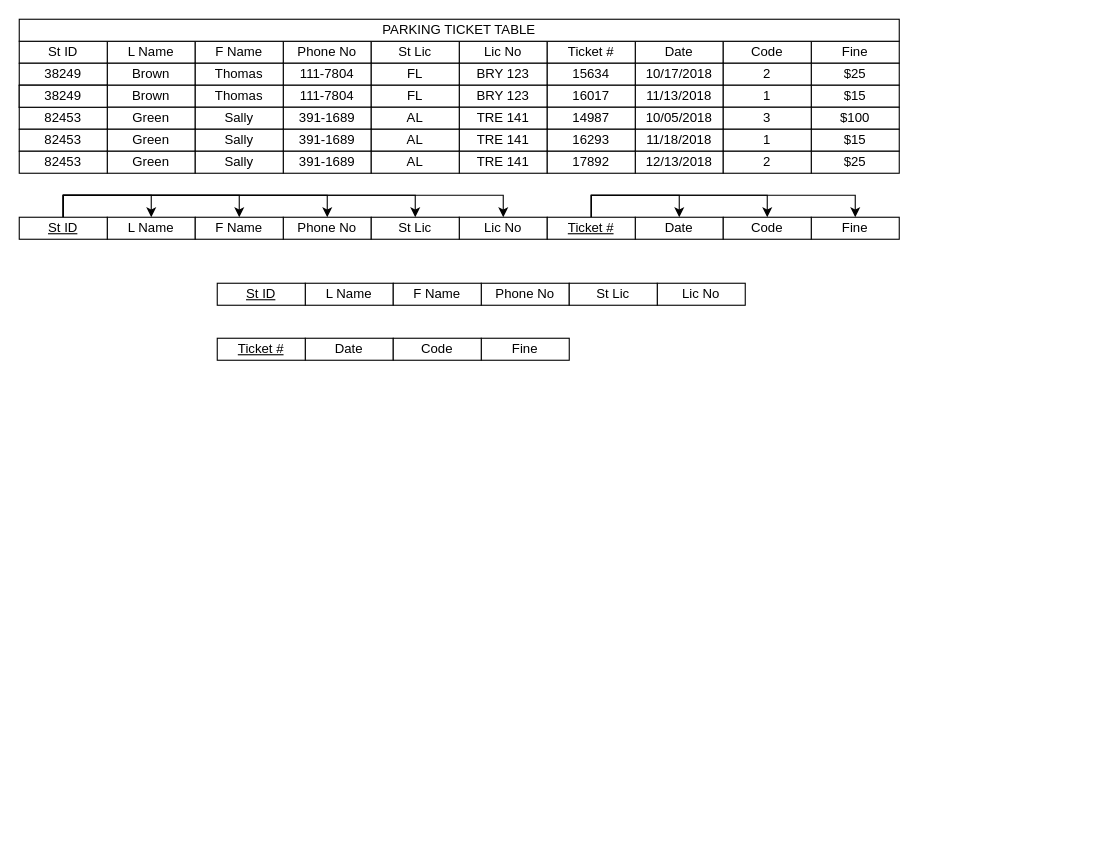
The draw.io diagram homework3.drawio in ngimpWT/CIDM3350, before the edit. Source tidied: cells renumbered, new cells numbered last; positions are measured from the earlier drawing's top-left corner, leaving out a move shared by most shapes. Both pictures are drawn from the tidied source at 110%, with x=0, y=0 at pixel (19, 19).
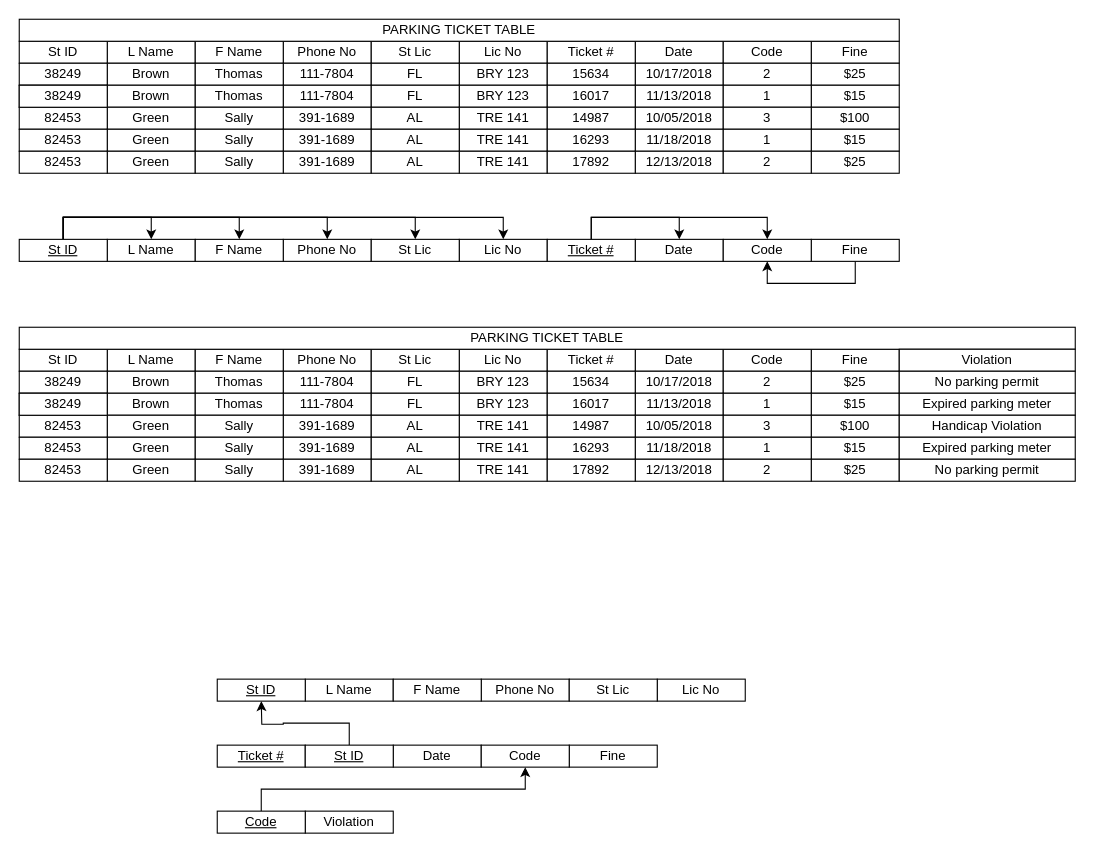
Above is the later version.

Change to the diagram source:
```diff
@@
     <mxCell id="64" value="L Name" style="rounded=0;whiteSpace=wrap;html=1;" parent="1" vertex="1">
-      <mxGeometry x="80" y="180" width="80" height="20" as="geometry" />
+      <mxGeometry x="80" y="200.1" width="80" height="20" as="geometry" />
     </mxCell>
@@
     <mxCell id="70" value="&lt;u&gt;St ID&lt;/u&gt;" style="rounded=0;whiteSpace=wrap;html=1;" parent="1" vertex="1">
-      <mxGeometry y="180" width="80" height="20" as="geometry" />
+      <mxGeometry y="200.1" width="80" height="20" as="geometry" />
     </mxCell>
     <mxCell id="71" value="Phone No" style="rounded=0;whiteSpace=wrap;html=1;" parent="1" vertex="1">
-      <mxGeometry x="240" y="180" width="80" height="20" as="geometry" />
+      <mxGeometry x="240" y="200.1" width="80" height="20" as="geometry" />
     </mxCell>
     <mxCell id="72" value="F Name" style="rounded=0;whiteSpace=wrap;html=1;" parent="1" vertex="1">
-      <mxGeometry x="160" y="180" width="80" height="20" as="geometry" />
+      <mxGeometry x="160" y="200.1" width="80" height="20" as="geometry" />
     </mxCell>
     <mxCell id="73" value="Lic No" style="rounded=0;whiteSpace=wrap;html=1;" parent="1" vertex="1">
-      <mxGeometry x="400" y="180" width="80" height="20" as="geometry" />
+      <mxGeometry x="400" y="200.1" width="80" height="20" as="geometry" />
     </mxCell>
     <mxCell id="74" value="St Lic" style="rounded=0;whiteSpace=wrap;html=1;" parent="1" vertex="1">
-      <mxGeometry x="320" y="180" width="80" height="20" as="geometry" />
+      <mxGeometry x="320" y="200.1" width="80" height="20" as="geometry" />
     </mxCell>
     <mxCell id="75" value="Date" style="rounded=0;whiteSpace=wrap;html=1;" parent="1" vertex="1">
-      <mxGeometry x="560" y="180" width="80" height="20" as="geometry" />
+      <mxGeometry x="560" y="200.1" width="80" height="20" as="geometry" />
     </mxCell>
@@
-    <mxCell id="78" style="edgeStyle=orthogonalEdgeStyle;rounded=0;jettySize=auto;html=1;entryX=0.5;entryY=0;entryDx=0;entryDy=0;exitX=0.5;exitY=0;exitDx=0;exitDy=0;" parent="1" edge="1" source="79" target="80">
-      <mxGeometry relative="1" as="geometry" />
-    </mxCell>
     <mxCell id="79" value="&lt;u&gt;Ticket #&lt;/u&gt;" style="rounded=0;whiteSpace=wrap;html=1;" parent="1" vertex="1">
-      <mxGeometry x="480" y="180" width="80" height="20" as="geometry" />
+      <mxGeometry x="480" y="200.1" width="80" height="20" as="geometry" />
     </mxCell>
+    <mxCell id="92" style="edgeStyle=orthogonalEdgeStyle;rounded=0;jettySize=auto;html=1;entryX=0.5;entryY=1;entryDx=0;entryDy=0;exitX=0.5;exitY=1;exitDx=0;exitDy=0;" parent="1" edge="1" source="80" target="81">
+      <mxGeometry relative="1" as="geometry" />
+    </mxCell>
     <mxCell id="80" value="Fine" style="rounded=0;whiteSpace=wrap;html=1;" parent="1" vertex="1">
-      <mxGeometry x="720" y="180" width="80" height="20" as="geometry" />
+      <mxGeometry x="720" y="200.1" width="80" height="20" as="geometry" />
     </mxCell>
     <mxCell id="81" value="Code" style="rounded=0;whiteSpace=wrap;html=1;" parent="1" vertex="1">
-      <mxGeometry x="640" y="180" width="80" height="20" as="geometry" />
+      <mxGeometry x="640" y="200.1" width="80" height="20" as="geometry" />
     </mxCell>
     <mxCell id="82" value="L Name" style="rounded=0;whiteSpace=wrap;html=1;" parent="1" vertex="1">
-      <mxGeometry x="260" y="240" width="80" height="20" as="geometry" />
+      <mxGeometry x="260" y="599.9" width="80" height="20" as="geometry" />
     </mxCell>
     <mxCell id="83" value="&lt;u&gt;St ID&lt;/u&gt;" style="rounded=0;whiteSpace=wrap;html=1;" parent="1" vertex="1">
-      <mxGeometry x="180" y="240" width="80" height="20" as="geometry" />
+      <mxGeometry x="180" y="599.9" width="80" height="20" as="geometry" />
     </mxCell>
     <mxCell id="84" value="Phone No" style="rounded=0;whiteSpace=wrap;html=1;" parent="1" vertex="1">
-      <mxGeometry x="420" y="240" width="80" height="20" as="geometry" />
+      <mxGeometry x="420" y="599.9" width="80" height="20" as="geometry" />
     </mxCell>
     <mxCell id="85" value="F Name" style="rounded=0;whiteSpace=wrap;html=1;" parent="1" vertex="1">
-      <mxGeometry x="340" y="240" width="80" height="20" as="geometry" />
+      <mxGeometry x="340" y="599.9" width="80" height="20" as="geometry" />
     </mxCell>
     <mxCell id="86" value="Lic No" style="rounded=0;whiteSpace=wrap;html=1;" parent="1" vertex="1">
-      <mxGeometry x="580" y="240" width="80" height="20" as="geometry" />
+      <mxGeometry x="580" y="599.9" width="80" height="20" as="geometry" />
     </mxCell>
     <mxCell id="87" value="St Lic" style="rounded=0;whiteSpace=wrap;html=1;" parent="1" vertex="1">
-      <mxGeometry x="500" y="240" width="80" height="20" as="geometry" />
+      <mxGeometry x="500" y="599.9" width="80" height="20" as="geometry" />
     </mxCell>
     <mxCell id="88" value="Date" style="rounded=0;whiteSpace=wrap;html=1;" parent="1" vertex="1">
-      <mxGeometry x="260" y="290" width="80" height="20" as="geometry" />
+      <mxGeometry x="340" y="659.9" width="80" height="20" as="geometry" />
     </mxCell>
     <mxCell id="89" value="&lt;u&gt;Ticket #&lt;/u&gt;" style="rounded=0;whiteSpace=wrap;html=1;" parent="1" vertex="1">
-      <mxGeometry x="180" y="290" width="80" height="20" as="geometry" />
+      <mxGeometry x="180" y="659.9" width="80" height="20" as="geometry" />
     </mxCell>
     <mxCell id="90" value="Fine" style="rounded=0;whiteSpace=wrap;html=1;" parent="1" vertex="1">
-      <mxGeometry x="420" y="290" width="80" height="20" as="geometry" />
+      <mxGeometry x="500" y="659.9" width="80" height="20" as="geometry" />
     </mxCell>
     <mxCell id="91" value="Code" style="rounded=0;whiteSpace=wrap;html=1;" parent="1" vertex="1">
-      <mxGeometry x="340" y="290" width="80" height="20" as="geometry" />
+      <mxGeometry x="420" y="659.9" width="80" height="20" as="geometry" />
     </mxCell>
+    <mxCell id="93" value="Violation" style="rounded=0;whiteSpace=wrap;html=1;" parent="1" vertex="1">
+      <mxGeometry x="260" y="719.9" width="80" height="20" as="geometry" />
+    </mxCell>
+    <mxCell id="94" style="edgeStyle=orthogonalEdgeStyle;rounded=0;jettySize=auto;html=1;entryX=0.5;entryY=1;entryDx=0;entryDy=0;exitX=0.5;exitY=0;exitDx=0;exitDy=0;" parent="1" edge="1" source="95" target="91">
+      <mxGeometry relative="1" as="geometry" />
+    </mxCell>
+    <mxCell id="95" value="&lt;u&gt;Code&lt;/u&gt;" style="rounded=0;whiteSpace=wrap;html=1;" parent="1" vertex="1">
+      <mxGeometry x="180" y="719.9" width="80" height="20" as="geometry" />
+    </mxCell>
+    <mxCell id="96" style="edgeStyle=orthogonalEdgeStyle;rounded=0;jettySize=auto;html=1;exitX=0.5;exitY=0;exitDx=0;exitDy=0;" parent="1" edge="1" source="97">
+      <mxGeometry relative="1" as="geometry">
+        <mxPoint x="220" y="619.9" as="targetPoint" />
+      </mxGeometry>
+    </mxCell>
+    <mxCell id="97" value="&lt;u&gt;St ID&lt;/u&gt;" style="rounded=0;whiteSpace=wrap;html=1;" parent="1" vertex="1">
+      <mxGeometry x="260" y="659.9" width="80" height="20" as="geometry" />
+    </mxCell>
+    <mxCell id="98" value="L Name" style="rounded=0;whiteSpace=wrap;html=1;" parent="1" vertex="1">
+      <mxGeometry x="80" y="300" width="80" height="20" as="geometry" />
+    </mxCell>
+    <mxCell id="99" value="St ID" style="rounded=0;whiteSpace=wrap;html=1;" parent="1" vertex="1">
+      <mxGeometry y="300" width="80" height="20" as="geometry" />
+    </mxCell>
+    <mxCell id="100" value="Phone No" style="rounded=0;whiteSpace=wrap;html=1;" parent="1" vertex="1">
+      <mxGeometry x="240" y="300" width="80" height="20" as="geometry" />
+    </mxCell>
+    <mxCell id="101" value="F Name" style="rounded=0;whiteSpace=wrap;html=1;" parent="1" vertex="1">
+      <mxGeometry x="160" y="300" width="80" height="20" as="geometry" />
+    </mxCell>
+    <mxCell id="102" value="Lic No" style="rounded=0;whiteSpace=wrap;html=1;" parent="1" vertex="1">
+      <mxGeometry x="400" y="300" width="80" height="20" as="geometry" />
+    </mxCell>
+    <mxCell id="103" value="St Lic" style="rounded=0;whiteSpace=wrap;html=1;" parent="1" vertex="1">
+      <mxGeometry x="320" y="300" width="80" height="20" as="geometry" />
+    </mxCell>
+    <mxCell id="104" value="Date" style="rounded=0;whiteSpace=wrap;html=1;" parent="1" vertex="1">
+      <mxGeometry x="560" y="300" width="80" height="20" as="geometry" />
+    </mxCell>
+    <mxCell id="105" value="Ticket #" style="rounded=0;whiteSpace=wrap;html=1;" parent="1" vertex="1">
+      <mxGeometry x="480" y="300" width="80" height="20" as="geometry" />
+    </mxCell>
+    <mxCell id="106" value="Fine" style="rounded=0;whiteSpace=wrap;html=1;" parent="1" vertex="1">
+      <mxGeometry x="720" y="300" width="80" height="20" as="geometry" />
+    </mxCell>
+    <mxCell id="107" value="Code" style="rounded=0;whiteSpace=wrap;html=1;" parent="1" vertex="1">
+      <mxGeometry x="640" y="300" width="80" height="20" as="geometry" />
+    </mxCell>
+    <mxCell id="108" value="Brown" style="rounded=0;whiteSpace=wrap;html=1;" parent="1" vertex="1">
+      <mxGeometry x="80" y="320" width="80" height="20" as="geometry" />
+    </mxCell>
+    <mxCell id="109" value="38249" style="rounded=0;whiteSpace=wrap;html=1;" parent="1" vertex="1">
+      <mxGeometry y="320" width="80" height="20" as="geometry" />
+    </mxCell>
+    <mxCell id="110" value="&lt;div&gt;111-7804&lt;/div&gt;" style="rounded=0;whiteSpace=wrap;html=1;" parent="1" vertex="1">
+      <mxGeometry x="240" y="320" width="80" height="20" as="geometry" />
+    </mxCell>
+    <mxCell id="111" value="Thomas" style="rounded=0;whiteSpace=wrap;html=1;" parent="1" vertex="1">
+      <mxGeometry x="160" y="320" width="80" height="20" as="geometry" />
+    </mxCell>
+    <mxCell id="112" value="BRY 123" style="rounded=0;whiteSpace=wrap;html=1;" parent="1" vertex="1">
+      <mxGeometry x="400" y="320" width="80" height="20" as="geometry" />
+    </mxCell>
+    <mxCell id="113" value="FL" style="rounded=0;whiteSpace=wrap;html=1;" parent="1" vertex="1">
+      <mxGeometry x="320" y="320" width="80" height="20" as="geometry" />
+    </mxCell>
+    <mxCell id="114" value="10/17/2018" style="rounded=0;whiteSpace=wrap;html=1;" parent="1" vertex="1">
+      <mxGeometry x="560" y="320" width="80" height="20" as="geometry" />
+    </mxCell>
+    <mxCell id="115" value="15634" style="rounded=0;whiteSpace=wrap;html=1;" parent="1" vertex="1">
+      <mxGeometry x="480" y="320" width="80" height="20" as="geometry" />
+    </mxCell>
+    <mxCell id="116" value="$25" style="rounded=0;whiteSpace=wrap;html=1;" parent="1" vertex="1">
+      <mxGeometry x="720" y="320" width="80" height="20" as="geometry" />
+    </mxCell>
+    <mxCell id="117" value="2" style="rounded=0;whiteSpace=wrap;html=1;" parent="1" vertex="1">
+      <mxGeometry x="640" y="320" width="80" height="20" as="geometry" />
+    </mxCell>
+    <mxCell id="118" value="Brown" style="rounded=0;whiteSpace=wrap;html=1;" parent="1" vertex="1">
+      <mxGeometry x="80" y="340" width="80" height="20" as="geometry" />
+    </mxCell>
+    <mxCell id="119" style="rounded=0;whiteSpace=wrap;html=1;" parent="1" vertex="1">
+      <mxGeometry y="340" width="80" height="20" as="geometry" />
+    </mxCell>
+    <mxCell id="120" value="&lt;div&gt;111-7804&lt;/div&gt;" style="rounded=0;whiteSpace=wrap;html=1;" parent="1" vertex="1">
+      <mxGeometry x="240" y="340" width="80" height="20" as="geometry" />
+    </mxCell>
+    <mxCell id="121" value="Thomas" style="rounded=0;whiteSpace=wrap;html=1;" parent="1" vertex="1">
+      <mxGeometry x="160" y="340" width="80" height="20" as="geometry" />
+    </mxCell>
+    <mxCell id="122" value="BRY 123" style="rounded=0;whiteSpace=wrap;html=1;" parent="1" vertex="1">
+      <mxGeometry x="400" y="340" width="80" height="20" as="geometry" />
+    </mxCell>
+    <mxCell id="123" value="FL" style="rounded=0;whiteSpace=wrap;html=1;" parent="1" vertex="1">
+      <mxGeometry x="320" y="340" width="80" height="20" as="geometry" />
+    </mxCell>
+    <mxCell id="124" value="11/13/2018" style="rounded=0;whiteSpace=wrap;html=1;" parent="1" vertex="1">
+      <mxGeometry x="560" y="340" width="80" height="20" as="geometry" />
+    </mxCell>
+    <mxCell id="125" value="16017" style="rounded=0;whiteSpace=wrap;html=1;" parent="1" vertex="1">
+      <mxGeometry x="480" y="340" width="80" height="20" as="geometry" />
+    </mxCell>
+    <mxCell id="126" value="$15" style="rounded=0;whiteSpace=wrap;html=1;" parent="1" vertex="1">
+      <mxGeometry x="720" y="340" width="80" height="20" as="geometry" />
+    </mxCell>
+    <mxCell id="127" value="1" style="rounded=0;whiteSpace=wrap;html=1;" parent="1" vertex="1">
+      <mxGeometry x="640" y="340" width="80" height="20" as="geometry" />
+    </mxCell>
+    <mxCell id="128" value="Green" style="rounded=0;whiteSpace=wrap;html=1;" parent="1" vertex="1">
+      <mxGeometry x="80" y="360" width="80" height="20" as="geometry" />
+    </mxCell>
+    <mxCell id="129" value="82453" style="rounded=0;whiteSpace=wrap;html=1;" parent="1" vertex="1">
+      <mxGeometry y="360" width="80" height="20" as="geometry" />
+    </mxCell>
+    <mxCell id="130" value="391-1689" style="rounded=0;whiteSpace=wrap;html=1;" parent="1" vertex="1">
+      <mxGeometry x="240" y="360" width="80" height="20" as="geometry" />
+    </mxCell>
+    <mxCell id="131" value="Sally" style="rounded=0;whiteSpace=wrap;html=1;" parent="1" vertex="1">
+      <mxGeometry x="160" y="360" width="80" height="20" as="geometry" />
+    </mxCell>
+    <mxCell id="132" value="TRE 141" style="rounded=0;whiteSpace=wrap;html=1;" parent="1" vertex="1">
+      <mxGeometry x="400" y="360" width="80" height="20" as="geometry" />
+    </mxCell>
+    <mxCell id="133" value="AL" style="rounded=0;whiteSpace=wrap;html=1;" parent="1" vertex="1">
+      <mxGeometry x="320" y="360" width="80" height="20" as="geometry" />
+    </mxCell>
+    <mxCell id="134" value="10/05/2018" style="rounded=0;whiteSpace=wrap;html=1;" parent="1" vertex="1">
+      <mxGeometry x="560" y="360" width="80" height="20" as="geometry" />
+    </mxCell>
+    <mxCell id="135" value="14987" style="rounded=0;whiteSpace=wrap;html=1;" parent="1" vertex="1">
+      <mxGeometry x="480" y="360" width="80" height="20" as="geometry" />
+    </mxCell>
+    <mxCell id="136" value="$100" style="rounded=0;whiteSpace=wrap;html=1;" parent="1" vertex="1">
+      <mxGeometry x="720" y="360" width="80" height="20" as="geometry" />
+    </mxCell>
+    <mxCell id="137" value="3" style="rounded=0;whiteSpace=wrap;html=1;" parent="1" vertex="1">
+      <mxGeometry x="640" y="360" width="80" height="20" as="geometry" />
+    </mxCell>
+    <mxCell id="138" value="Green" style="rounded=0;whiteSpace=wrap;html=1;" parent="1" vertex="1">
+      <mxGeometry x="80" y="380" width="80" height="20" as="geometry" />
+    </mxCell>
+    <mxCell id="139" value="82453" style="rounded=0;whiteSpace=wrap;html=1;" parent="1" vertex="1">
+      <mxGeometry y="380" width="80" height="20" as="geometry" />
+    </mxCell>
+    <mxCell id="140" value="391-1689" style="rounded=0;whiteSpace=wrap;html=1;" parent="1" vertex="1">
+      <mxGeometry x="240" y="380" width="80" height="20" as="geometry" />
+    </mxCell>
+    <mxCell id="141" value="Sally" style="rounded=0;whiteSpace=wrap;html=1;" parent="1" vertex="1">
+      <mxGeometry x="160" y="380" width="80" height="20" as="geometry" />
+    </mxCell>
+    <mxCell id="142" value="TRE 141" style="rounded=0;whiteSpace=wrap;html=1;" parent="1" vertex="1">
+      <mxGeometry x="400" y="380" width="80" height="20" as="geometry" />
+    </mxCell>
+    <mxCell id="143" value="AL" style="rounded=0;whiteSpace=wrap;html=1;" parent="1" vertex="1">
+      <mxGeometry x="320" y="380" width="80" height="20" as="geometry" />
+    </mxCell>
+    <mxCell id="144" value="11/18/2018" style="rounded=0;whiteSpace=wrap;html=1;" parent="1" vertex="1">
+      <mxGeometry x="560" y="380" width="80" height="20" as="geometry" />
+    </mxCell>
+    <mxCell id="145" value="16293" style="rounded=0;whiteSpace=wrap;html=1;" parent="1" vertex="1">
+      <mxGeometry x="480" y="380" width="80" height="20" as="geometry" />
+    </mxCell>
+    <mxCell id="146" value="$15" style="rounded=0;whiteSpace=wrap;html=1;" parent="1" vertex="1">
+      <mxGeometry x="720" y="380" width="80" height="20" as="geometry" />
+    </mxCell>
+    <mxCell id="147" value="1" style="rounded=0;whiteSpace=wrap;html=1;" parent="1" vertex="1">
+      <mxGeometry x="640" y="380" width="80" height="20" as="geometry" />
+    </mxCell>
+    <mxCell id="148" value="Green" style="rounded=0;whiteSpace=wrap;html=1;" parent="1" vertex="1">
+      <mxGeometry x="80" y="400" width="80" height="20" as="geometry" />
+    </mxCell>
+    <mxCell id="149" value="82453" style="rounded=0;whiteSpace=wrap;html=1;" parent="1" vertex="1">
+      <mxGeometry y="400" width="80" height="20" as="geometry" />
+    </mxCell>
+    <mxCell id="150" value="391-1689" style="rounded=0;whiteSpace=wrap;html=1;" parent="1" vertex="1">
+      <mxGeometry x="240" y="400" width="80" height="20" as="geometry" />
+    </mxCell>
+    <mxCell id="151" value="Sally" style="rounded=0;whiteSpace=wrap;html=1;" parent="1" vertex="1">
+      <mxGeometry x="160" y="400" width="80" height="20" as="geometry" />
+    </mxCell>
+    <mxCell id="152" value="TRE 141" style="rounded=0;whiteSpace=wrap;html=1;" parent="1" vertex="1">
+      <mxGeometry x="400" y="400" width="80" height="20" as="geometry" />
+    </mxCell>
+    <mxCell id="153" value="AL" style="rounded=0;whiteSpace=wrap;html=1;" parent="1" vertex="1">
+      <mxGeometry x="320" y="400" width="80" height="20" as="geometry" />
+    </mxCell>
+    <mxCell id="154" value="12/13/2018" style="rounded=0;whiteSpace=wrap;html=1;" parent="1" vertex="1">
+      <mxGeometry x="560" y="400" width="80" height="20" as="geometry" />
+    </mxCell>
+    <mxCell id="155" value="17892" style="rounded=0;whiteSpace=wrap;html=1;" parent="1" vertex="1">
+      <mxGeometry x="480" y="400" width="80" height="20" as="geometry" />
+    </mxCell>
+    <mxCell id="156" value="$25" style="rounded=0;whiteSpace=wrap;html=1;" parent="1" vertex="1">
+      <mxGeometry x="720" y="400" width="80" height="20" as="geometry" />
+    </mxCell>
+    <mxCell id="157" value="2" style="rounded=0;whiteSpace=wrap;html=1;" parent="1" vertex="1">
+      <mxGeometry x="640" y="400" width="80" height="20" as="geometry" />
+    </mxCell>
+    <mxCell id="158" value="PARKING TICKET TABLE" style="rounded=0;whiteSpace=wrap;html=1;" parent="1" vertex="1">
+      <mxGeometry y="280" width="960" height="20" as="geometry" />
+    </mxCell>
+    <mxCell id="159" value="38249" style="rounded=0;whiteSpace=wrap;html=1;" parent="1" vertex="1">
+      <mxGeometry y="340" width="80" height="20" as="geometry" />
+    </mxCell>
+    <mxCell id="160" value="Violation" style="rounded=0;whiteSpace=wrap;html=1;" parent="1" vertex="1">
+      <mxGeometry x="800" y="300" width="160" height="20" as="geometry" />
+    </mxCell>
+    <mxCell id="161" value="No parking permit" style="rounded=0;whiteSpace=wrap;html=1;" parent="1" vertex="1">
+      <mxGeometry x="800" y="320" width="160" height="20" as="geometry" />
+    </mxCell>
+    <mxCell id="162" value="Expired parking meter" style="rounded=0;whiteSpace=wrap;html=1;" parent="1" vertex="1">
+      <mxGeometry x="800" y="340" width="160" height="20" as="geometry" />
+    </mxCell>
+    <mxCell id="163" value="Handicap Violation" style="rounded=0;whiteSpace=wrap;html=1;" parent="1" vertex="1">
+      <mxGeometry x="800" y="360" width="160" height="20" as="geometry" />
+    </mxCell>
+    <mxCell id="164" value="Expired parking meter" style="rounded=0;whiteSpace=wrap;html=1;" parent="1" vertex="1">
+      <mxGeometry x="800" y="380" width="160" height="20" as="geometry" />
+    </mxCell>
+    <mxCell id="165" value="No parking permit" style="rounded=0;whiteSpace=wrap;html=1;" parent="1" vertex="1">
+      <mxGeometry x="800" y="400" width="160" height="20" as="geometry" />
+    </mxCell>
```
